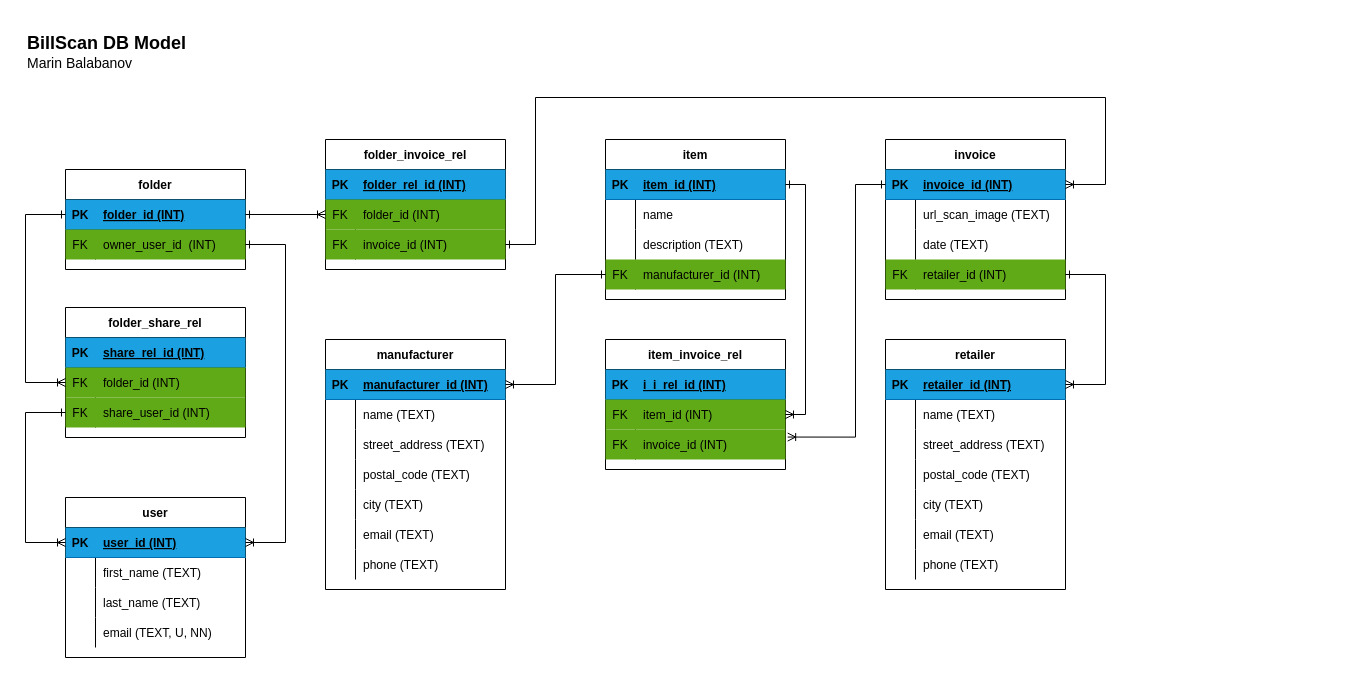
The draw.io diagram fp-db-model.svg.drawio in mbalabanov/sn-db-fp, before the edit. Source tidied: cells renumbered, new cells numbered last; positions are measured from the earlier drawing's top-left corner, leaving out a move shared by most shapes. Both pictures are drawn from the tidied source at 100%, with x=0, y=0 at pixel (25, 27).
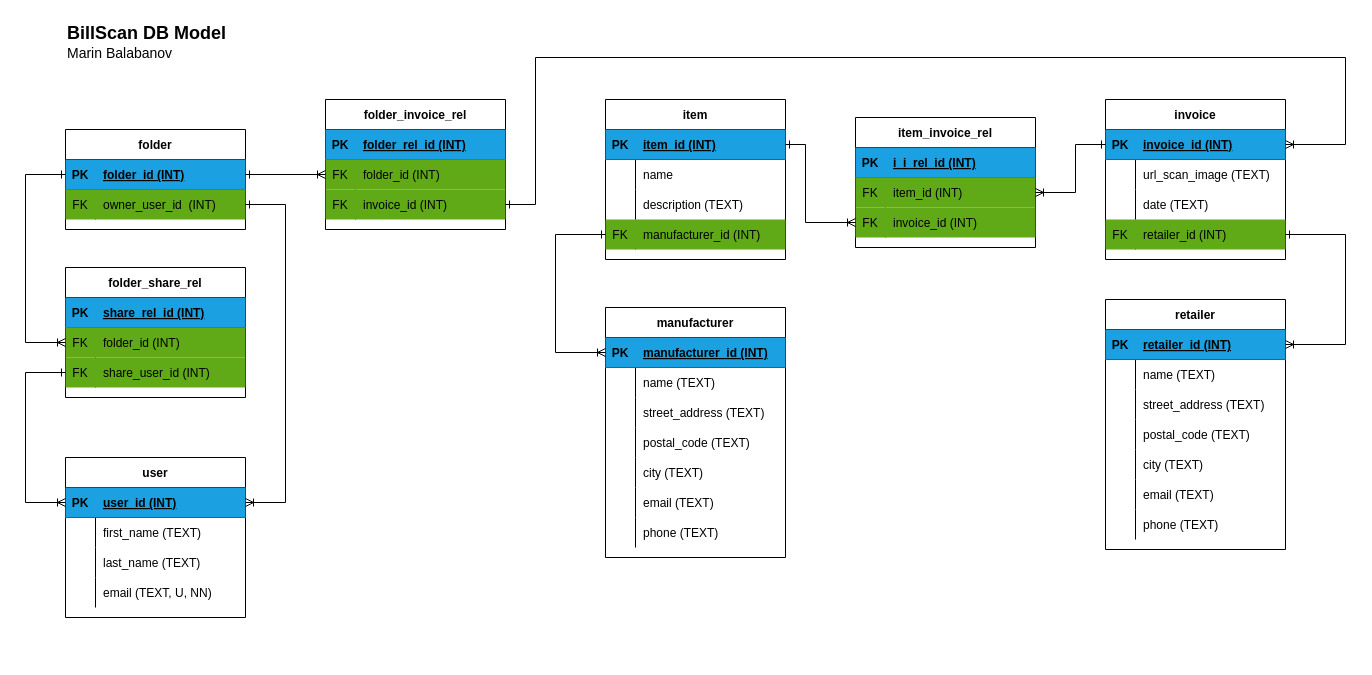
The same diagram, later.

The change refers to these unchanged cells:
```xml
<mxCell id="3" style="shape=partialRectangle;fillColor=#1ba1e2;top=0;left=0;bottom=1;right=0;points=[[0,0.5],[1,0.5]];portConstraint=eastwest;strokeColor=#006EAF;fontColor=#ffffff;" parent="2" vertex="1">
  <mxGeometry y="30" width="180" height="30" as="geometry" />
</mxCell>
<mxCell id="12" style="shape=partialRectangle;fillColor=#60a917;top=0;left=0;bottom=0;right=0;points=[[0,0.5],[1,0.5]];portConstraint=eastwest;strokeColor=#2D7600;fontColor=#ffffff;" parent="2" vertex="1">
  <mxGeometry y="120" width="180" height="30" as="geometry" />
</mxCell>
<mxCell id="16" style="shape=partialRectangle;fillColor=#1ba1e2;top=0;left=0;bottom=1;right=0;points=[[0,0.5],[1,0.5]];portConstraint=eastwest;strokeColor=#006EAF;fontColor=#ffffff;" parent="15" vertex="1">
  <mxGeometry y="30" width="180" height="30" as="geometry" />
</mxCell>
<mxCell id="25" style="shape=partialRectangle;fillColor=#60a917;top=0;left=0;bottom=0;right=0;points=[[0,0.5],[1,0.5]];portConstraint=eastwest;strokeColor=#2D7600;fontColor=#ffffff;" parent="15" vertex="1">
  <mxGeometry y="120" width="180" height="30" as="geometry" />
</mxCell>
<mxCell id="29" style="shape=partialRectangle;fillColor=#1ba1e2;top=0;left=0;bottom=1;right=0;points=[[0,0.5],[1,0.5]];portConstraint=eastwest;strokeColor=#006EAF;fontColor=#ffffff;" parent="28" vertex="1">
  <mxGeometry y="30" width="180" height="30" as="geometry" />
</mxCell>
<mxCell id="51" style="shape=partialRectangle;fillColor=#1ba1e2;top=0;left=0;bottom=1;right=0;points=[[0,0.5],[1,0.5]];portConstraint=eastwest;strokeColor=#006EAF;fontColor=#ffffff;" parent="50" vertex="1">
  <mxGeometry y="30" width="180" height="30" as="geometry" />
</mxCell>
<mxCell id="73" style="shape=partialRectangle;fillColor=#1ba1e2;top=0;left=0;bottom=1;right=0;points=[[0,0.5],[1,0.5]];portConstraint=eastwest;strokeColor=#006EAF;fontColor=#ffffff;" parent="72" vertex="1">
  <mxGeometry y="30" width="180" height="30" as="geometry" />
</mxCell>
<mxCell id="89" style="shape=partialRectangle;fillColor=#60a917;top=0;left=0;bottom=0;right=0;points=[[0,0.5],[1,0.5]];portConstraint=eastwest;strokeColor=#2D7600;fontColor=#ffffff;" parent="85" vertex="1">
  <mxGeometry y="60" width="180" height="30" as="geometry" />
</mxCell>
<mxCell id="92" style="shape=partialRectangle;fillColor=#60a917;top=0;left=0;bottom=0;right=0;points=[[0,0.5],[1,0.5]];portConstraint=eastwest;strokeColor=#2D7600;fontColor=#ffffff;" parent="85" vertex="1">
  <mxGeometry y="90" width="180" height="30" as="geometry" />
</mxCell>
<mxCell id="102" style="shape=partialRectangle;fillColor=#60a917;top=0;left=0;bottom=0;right=0;points=[[0,0.5],[1,0.5]];portConstraint=eastwest;strokeColor=#2D7600;fontColor=#ffffff;" parent="95" vertex="1">
  <mxGeometry y="90" width="180" height="30" as="geometry" />
</mxCell>
<mxCell id="111" style="shape=partialRectangle;fillColor=#1ba1e2;top=0;left=0;bottom=1;right=0;points=[[0,0.5],[1,0.5]];portConstraint=eastwest;strokeColor=#006EAF;fontColor=#ffffff;" parent="110" vertex="1">
  <mxGeometry y="30" width="180" height="30" as="geometry" />
</mxCell>
<mxCell id="114" style="shape=partialRectangle;fillColor=#60a917;top=0;left=0;bottom=0;right=0;points=[[0,0.5],[1,0.5]];portConstraint=eastwest;strokeColor=#2D7600;fontColor=#ffffff;" parent="110" vertex="1">
  <mxGeometry y="60" width="180" height="30" as="geometry" />
</mxCell>
<mxCell id="121" style="shape=partialRectangle;fillColor=#60a917;top=0;left=0;bottom=0;right=0;points=[[0,0.5],[1,0.5]];portConstraint=eastwest;strokeColor=#2D7600;fontColor=#ffffff;" parent="117" vertex="1">
  <mxGeometry y="60" width="180" height="30" as="geometry" />
</mxCell>
<mxCell id="124" style="shape=partialRectangle;fillColor=#60a917;top=0;left=0;bottom=0;right=0;points=[[0,0.5],[1,0.5]];portConstraint=eastwest;strokeColor=#2D7600;fontColor=#ffffff;" parent="117" vertex="1">
  <mxGeometry y="90" width="180" height="30" as="geometry" />
</mxCell>
```

Change to the diagram source:
```diff
@@
     <mxCell id="2" value="item" style="shape=table;startSize=30;childLayout=tableLayout;rowLines=0;fontStyle=1;align=center;" parent="1" vertex="1">
-      <mxGeometry x="580" y="112" width="180" height="160" as="geometry" />
+      <mxGeometry x="580" y="72" width="180" height="160" as="geometry" />
     </mxCell>
@@
     <mxCell id="15" value="invoice" style="shape=table;startSize=30;childLayout=tableLayout;rowLines=0;fontStyle=1;align=center;" parent="1" vertex="1">
-      <mxGeometry x="860" y="112" width="180" height="160" as="geometry" />
+      <mxGeometry x="1080" y="72" width="180" height="160" as="geometry" />
     </mxCell>
@@
     <mxCell id="28" value="manufacturer" style="shape=table;startSize=30;childLayout=tableLayout;rowLines=0;fontStyle=1;align=center;" parent="1" vertex="1">
-      <mxGeometry x="300" y="312" width="180" height="250" as="geometry" />
+      <mxGeometry x="580" y="280" width="180" height="250" as="geometry" />
     </mxCell>
@@
     <mxCell id="50" value="retailer" style="shape=table;startSize=30;childLayout=tableLayout;rowLines=0;fontStyle=1;align=center;" parent="1" vertex="1">
-      <mxGeometry x="860" y="312" width="180" height="250" as="geometry" />
+      <mxGeometry x="1080" y="272" width="180" height="250" as="geometry" />
     </mxCell>
@@
     <mxCell id="72" value="user" style="shape=table;startSize=30;childLayout=tableLayout;rowLines=0;fontStyle=1;align=center;" parent="1" vertex="1">
-      <mxGeometry x="40" y="470" width="180" height="160" as="geometry" />
+      <mxGeometry x="40" y="430" width="180" height="160" as="geometry" />
     </mxCell>
@@
     <mxCell id="85" value="item_invoice_rel" style="shape=table;startSize=30;childLayout=tableLayout;rowLines=0;fontStyle=1;align=center;" parent="1" vertex="1">
-      <mxGeometry x="580" y="312" width="180" height="130" as="geometry" />
+      <mxGeometry x="830" y="90" width="180" height="130" as="geometry" />
     </mxCell>
@@
     <mxCell id="95" value="folder_invoice_rel" style="shape=table;startSize=30;childLayout=tableLayout;rowLines=0;fontStyle=1;align=center;" parent="1" vertex="1">
-      <mxGeometry x="300" y="112" width="180" height="130" as="geometry" />
+      <mxGeometry x="300" y="72" width="180" height="130" as="geometry" />
     </mxCell>
@@
     <mxCell id="105" value="&lt;font&gt;&lt;span style=&quot;font-weight: bold ; font-size: 18px&quot;&gt;BillScan DB Model&lt;/span&gt;&lt;br&gt;&lt;font style=&quot;font-size: 14px&quot;&gt;Marin Balabanov&lt;/font&gt;&lt;br&gt;&lt;/font&gt;" style="text;html=1;strokeColor=none;fillColor=none;align=left;verticalAlign=middle;whiteSpace=wrap;rounded=0;" parent="1" vertex="1">
-      <mxGeometry width="190" height="50" as="geometry" />
+      <mxGeometry x="40" y="-10" width="190" height="50" as="geometry" />
     </mxCell>
     <mxCell id="106" style="edgeStyle=orthogonalEdgeStyle;rounded=0;jettySize=auto;html=1;entryX=1;entryY=0.5;entryDx=0;entryDy=0;exitX=1;exitY=0.5;exitDx=0;exitDy=0;endArrow=ERoneToMany;endFill=0;startArrow=ERone;startFill=0;" parent="1" edge="1" source="25" target="51">
       <mxGeometry relative="1" as="geometry">
         <Array as="points">
-          <mxPoint x="1080" y="247" />
-          <mxPoint x="1080" y="357" />
+          <mxPoint x="1320" y="207" />
+          <mxPoint x="1320" y="317" />
         </Array>
       </mxGeometry>
     </mxCell>
-    <mxCell id="107" style="edgeStyle=orthogonalEdgeStyle;rounded=0;jettySize=auto;html=1;entryX=1;entryY=0.5;entryDx=0;entryDy=0;exitX=1;exitY=0.5;exitDx=0;exitDy=0;endArrow=ERoneToMany;endFill=0;startArrow=ERone;startFill=0;" parent="1" edge="1" source="3" target="89">
+    <mxCell id="107" style="edgeStyle=orthogonalEdgeStyle;rounded=0;jettySize=auto;html=1;entryX=0;entryY=0.5;entryDx=0;entryDy=0;exitX=1;exitY=0.5;exitDx=0;exitDy=0;endArrow=ERoneToMany;endFill=0;startArrow=ERone;startFill=0;" parent="1" edge="1" source="3" target="92">
       <mxGeometry relative="1" as="geometry">
         <Array as="points">
-          <mxPoint x="780" y="157" />
-          <mxPoint x="780" y="387" />
+          <mxPoint x="780" y="117" />
+          <mxPoint x="780" y="195" />
         </Array>
       </mxGeometry>
     </mxCell>
-    <mxCell id="108" style="edgeStyle=orthogonalEdgeStyle;rounded=0;jettySize=auto;html=1;entryX=1.012;entryY=0.252;entryDx=0;entryDy=0;entryPerimeter=0;endArrow=ERoneToMany;endFill=0;startArrow=ERone;startFill=0;" parent="1" edge="1" source="16" target="92">
+    <mxCell id="108" style="edgeStyle=orthogonalEdgeStyle;rounded=0;jettySize=auto;html=1;entryX=1;entryY=0.5;entryDx=0;entryDy=0;endArrow=ERoneToMany;endFill=0;startArrow=ERone;startFill=0;" parent="1" edge="1" source="16" target="89">
       <mxGeometry relative="1" as="geometry">
         <Array as="points">
-          <mxPoint x="830" y="157" />
-          <mxPoint x="830" y="410" />
+          <mxPoint x="1050" y="117" />
+          <mxPoint x="1050" y="165" />
         </Array>
       </mxGeometry>
     </mxCell>
-    <mxCell id="109" style="edgeStyle=orthogonalEdgeStyle;rounded=0;jettySize=auto;html=1;entryX=1;entryY=0.5;entryDx=0;entryDy=0;endArrow=ERoneToMany;endFill=0;startArrow=ERone;startFill=0;" parent="1" edge="1" source="12" target="29">
-      <mxGeometry relative="1" as="geometry" />
+    <mxCell id="109" style="edgeStyle=orthogonalEdgeStyle;rounded=0;jettySize=auto;html=1;endArrow=ERoneToMany;endFill=0;startArrow=ERone;startFill=0;" parent="1" edge="1" source="12">
+      <mxGeometry relative="1" as="geometry">
+        <mxPoint x="580" y="325" as="targetPoint" />
+        <Array as="points">
+          <mxPoint x="530" y="207" />
+          <mxPoint x="530" y="325" />
+        </Array>
+      </mxGeometry>
     </mxCell>
     <mxCell id="110" value="folder" style="shape=table;startSize=30;childLayout=tableLayout;rowLines=0;fontStyle=1;align=center;" parent="1" vertex="1">
-      <mxGeometry x="40" y="142" width="180" height="100" as="geometry" />
+      <mxGeometry x="40" y="102" width="180" height="100" as="geometry" />
     </mxCell>
@@
     <mxCell id="117" value="folder_share_rel" style="shape=table;startSize=30;childLayout=tableLayout;rowLines=0;fontStyle=1;align=center;" parent="1" vertex="1">
-      <mxGeometry x="40" y="280" width="180" height="130" as="geometry" />
+      <mxGeometry x="40" y="240" width="180" height="130" as="geometry" />
     </mxCell>
@@
     <mxCell id="127" style="edgeStyle=orthogonalEdgeStyle;rounded=0;jettySize=auto;html=1;entryX=1;entryY=0.5;entryDx=0;entryDy=0;endArrow=ERoneToMany;endFill=0;startArrow=ERone;startFill=0;" parent="1" edge="1" source="102" target="16">
       <mxGeometry relative="1" as="geometry">
         <Array as="points">
-          <mxPoint x="510" y="217" />
-          <mxPoint x="510" y="70" />
-          <mxPoint x="1080" y="70" />
-          <mxPoint x="1080" y="157" />
+          <mxPoint x="510" y="177" />
+          <mxPoint x="510" y="30" />
+          <mxPoint x="1320" y="30" />
+          <mxPoint x="1320" y="117" />
         </Array>
       </mxGeometry>
     </mxCell>
@@
     <mxCell id="129" style="edgeStyle=orthogonalEdgeStyle;rounded=0;jettySize=auto;html=1;entryX=1;entryY=0.5;entryDx=0;entryDy=0;endArrow=ERoneToMany;endFill=0;startArrow=ERone;startFill=0;" parent="1" edge="1" source="114" target="73">
       <mxGeometry relative="1" as="geometry">
         <Array as="points">
-          <mxPoint x="260" y="217" />
-          <mxPoint x="260" y="515" />
+          <mxPoint x="260" y="177" />
+          <mxPoint x="260" y="475" />
         </Array>
       </mxGeometry>
     </mxCell>
     <mxCell id="130" style="edgeStyle=orthogonalEdgeStyle;rounded=0;jettySize=auto;html=1;entryX=0;entryY=0.5;entryDx=0;entryDy=0;endArrow=ERoneToMany;endFill=0;startArrow=ERone;startFill=0;" parent="1" edge="1" source="111" target="121">
       <mxGeometry relative="1" as="geometry">
         <Array as="points">
-          <mxPoint y="187" />
-          <mxPoint y="355" />
+          <mxPoint y="147" />
+          <mxPoint y="315" />
         </Array>
       </mxGeometry>
     </mxCell>
     <mxCell id="131" style="edgeStyle=orthogonalEdgeStyle;rounded=0;jettySize=auto;html=1;entryX=0;entryY=0.5;entryDx=0;entryDy=0;endArrow=ERoneToMany;endFill=0;startArrow=ERone;startFill=0;" parent="1" edge="1" source="124" target="73">
       <mxGeometry relative="1" as="geometry">
         <Array as="points">
-          <mxPoint y="385" />
-          <mxPoint y="515" />
+          <mxPoint y="345" />
+          <mxPoint y="475" />
         </Array>
       </mxGeometry>
     </mxCell>
```
